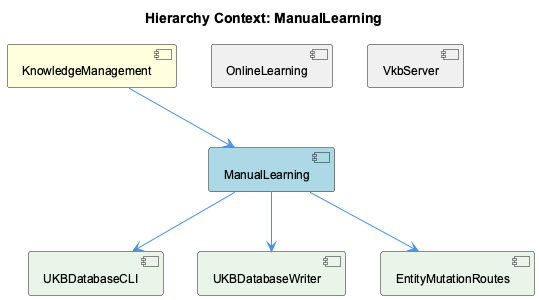
fwornle/coding keeps this PlantUML diagram as knowledge-management/insights/images/manual-learning-relationship.png. Above is the earlier version.
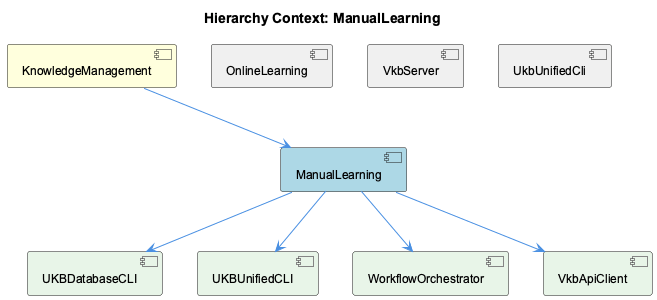
The same diagram one commit later.

The edit, as a diff of the source:
```diff
@@ -7,15 +7,19 @@
 [ManualLearning] as manual_learning #LightBlue
 [OnlineLearning] as online_learning #F0F0F0
 [VkbServer] as vkb_server #F0F0F0
+[UkbUnifiedCli] as ukb_unified_cli #F0F0F0
 [UKBDatabaseCLI] as ukbdatabase_cli #E8F5E8
-[UKBDatabaseWriter] as ukbdatabase_writer #E8F5E8
-[EntityMutationRoutes] as entity_mutation_routes #E8F5E8
+[UKBUnifiedCLI] as ukbunified_cli #E8F5E8
+[WorkflowOrchestrator] as workflow_orchestrator #E8F5E8
+[VkbApiClient] as vkb_api_client #E8F5E8
 
 knowledge_management --> manual_learning
 online_learning -[hidden]- manual_learning
 vkb_server -[hidden]- manual_learning
+ukb_unified_cli -[hidden]- manual_learning
 manual_learning --> ukbdatabase_cli
-manual_learning --> ukbdatabase_writer
-manual_learning --> entity_mutation_routes
+manual_learning --> ukbunified_cli
+manual_learning --> workflow_orchestrator
+manual_learning --> vkb_api_client
 
 @enduml
```
